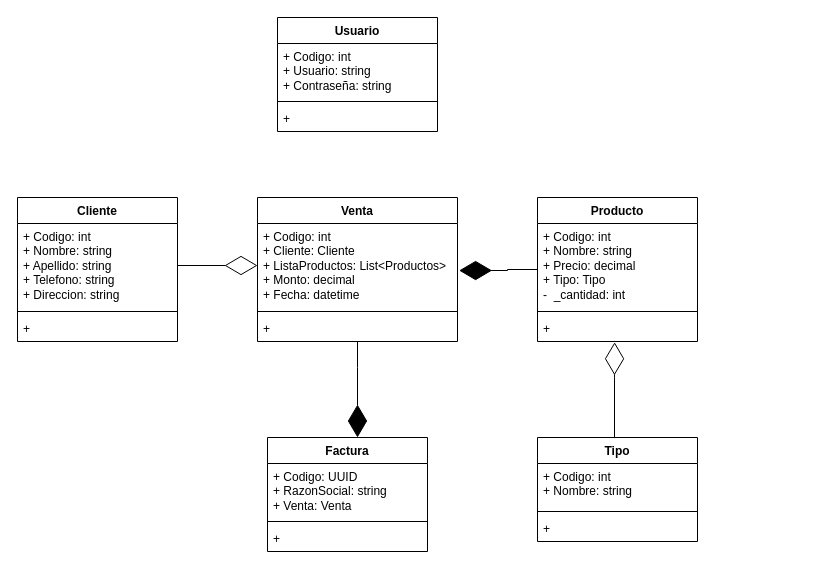
This is DAS/JuanSinTacc/diagrama-clases.drawio from Juanrii/c-sharp-projects, a draw.io file, before an edit. Source tidied: cells renumbered, new cells numbered last; positions are measured from the earlier drawing's top-left corner, leaving out a move shared by most shapes. Both pictures are drawn from the tidied source at 100%, with x=0, y=0 at pixel (17, 17).
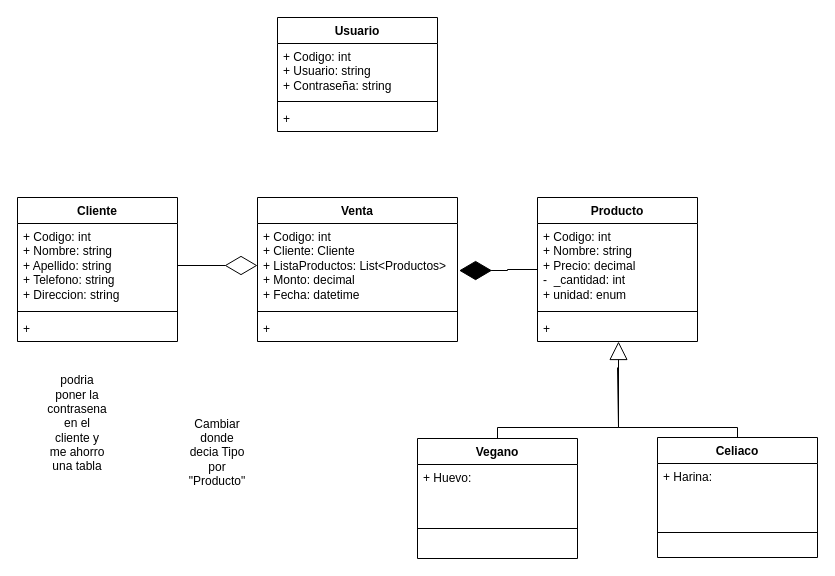
After the change.

Unchanged cells that the change refers to:
```xml
<mxCell id="6" value="Venta" style="swimlane;fontStyle=1;align=center;verticalAlign=top;horizontal=1;startSize=26;whiteSpace=wrap;html=1;" parent="1" vertex="1">
  <mxGeometry x="240" y="180" width="200" height="144" as="geometry" />
</mxCell>
<mxCell id="12" value="Producto" style="swimlane;fontStyle=1;align=center;verticalAlign=top;horizontal=1;startSize=26;whiteSpace=wrap;html=1;" parent="1" vertex="1">
  <mxGeometry x="520" y="180" width="160" height="144" as="geometry" />
</mxCell>
<mxCell id="15" value="+&amp;nbsp;" style="text;strokeColor=none;fillColor=none;align=left;verticalAlign=top;spacingLeft=4;spacingRight=4;overflow=hidden;points=[[0,0.5],[1,0.5]];portConstraint=eastwest;whiteSpace=wrap;html=1;" parent="12" vertex="1">
  <mxGeometry y="118" width="160" height="26" as="geometry" />
</mxCell>
```

What changed in the source:
```diff
@@
-    <mxCell id="13" value="+ Codigo: int&lt;br&gt;+ Nombre: string&lt;br&gt;+ Precio: decimal&lt;br&gt;+ Tipo: Tipo&lt;br&gt;-&amp;nbsp; _cantidad: int" style="text;strokeColor=none;fillColor=none;align=left;verticalAlign=top;spacingLeft=4;spacingRight=4;overflow=hidden;whiteSpace=wrap;html=1;" parent="12" vertex="1">
+    <mxCell id="13" value="+ Codigo: int&lt;br&gt;+ Nombre: string&lt;br&gt;+ Precio: decimal&lt;br&gt;-&amp;nbsp; _cantidad: int&lt;br&gt;+ unidad: enum" style="text;strokeColor=none;fillColor=none;align=left;verticalAlign=top;spacingLeft=4;spacingRight=4;overflow=hidden;whiteSpace=wrap;html=1;" parent="12" vertex="1">
       <mxGeometry y="26" width="160" height="84" as="geometry" />
     </mxCell>
@@
-    <mxCell id="16" style="edgeStyle=orthogonalEdgeStyle;rounded=0;jettySize=auto;html=1;entryX=0.482;entryY=1.029;entryDx=0;entryDy=0;entryPerimeter=0;endArrow=diamondThin;endFill=0;endSize=30;" parent="1" edge="1" source="17" target="15">
-      <mxGeometry relative="1" as="geometry">
-        <Array as="points">
-          <mxPoint x="597" y="360" />
-          <mxPoint x="597" y="360" />
-        </Array>
-      </mxGeometry>
-    </mxCell>
-    <mxCell id="17" value="Tipo" style="swimlane;fontStyle=1;align=center;verticalAlign=top;horizontal=1;startSize=26;whiteSpace=wrap;html=1;" parent="1" vertex="1">
-      <mxGeometry x="520" y="420" width="160" height="104" as="geometry" />
+    <mxCell id="17" value="Celiaco" style="swimlane;fontStyle=1;align=center;verticalAlign=top;horizontal=1;startSize=26;whiteSpace=wrap;html=1;" parent="1" vertex="1">
+      <mxGeometry x="640" y="420" width="160" height="120" as="geometry" />
     </mxCell>
+    <mxCell id="30" style="edgeStyle=orthogonalEdgeStyle;rounded=0;jettySize=auto;html=1;endArrow=block;endFill=0;endSize=16;" parent="17" edge="1" target="15">
+      <mxGeometry relative="1" as="geometry">
+        <mxPoint x="80" as="sourcePoint" />
+        <Array as="points">
+          <mxPoint x="80" y="-10" />
+          <mxPoint x="-39" y="-10" />
+        </Array>
+      </mxGeometry>
+    </mxCell>
-    <mxCell id="18" value="+ Codigo: int&lt;br&gt;+ Nombre: string&lt;br&gt;" style="text;strokeColor=none;fillColor=none;align=left;verticalAlign=top;spacingLeft=4;spacingRight=4;overflow=hidden;whiteSpace=wrap;html=1;" parent="17" vertex="1">
+    <mxCell id="18" value="+ Harina:" style="text;strokeColor=none;fillColor=none;align=left;verticalAlign=top;spacingLeft=4;spacingRight=4;overflow=hidden;whiteSpace=wrap;html=1;" parent="17" vertex="1">
       <mxGeometry y="26" width="160" height="44" as="geometry" />
     </mxCell>
     <mxCell id="19" style="line;strokeWidth=1;fillColor=none;align=left;verticalAlign=middle;spacingTop=-1;spacingLeft=3;spacingRight=3;labelPosition=right;strokeColor=inherit;" parent="17" vertex="1">
-      <mxGeometry y="70" width="160" height="8" as="geometry" />
+      <mxGeometry y="70" width="160" height="50" as="geometry" />
     </mxCell>
-    <mxCell id="20" value="+&amp;nbsp;" style="text;strokeColor=none;fillColor=none;align=left;verticalAlign=top;spacingLeft=4;spacingRight=4;overflow=hidden;whiteSpace=wrap;html=1;" parent="17" vertex="1">
-      <mxGeometry y="78" width="160" height="26" as="geometry" />
-    </mxCell>
-    <mxCell id="21" style="edgeStyle=orthogonalEdgeStyle;rounded=0;jettySize=auto;html=1;entryX=0.5;entryY=1;entryDx=0;entryDy=0;startArrow=diamondThin;startFill=1;endArrow=none;endFill=0;targetPerimeterSpacing=0;sourcePerimeterSpacing=0;startSize=30;" parent="1" edge="1" source="22" target="6">
-      <mxGeometry relative="1" as="geometry">
-        <Array as="points">
-          <mxPoint x="340" y="350" />
-          <mxPoint x="340" y="350" />
-        </Array>
-      </mxGeometry>
-    </mxCell>
-    <mxCell id="22" value="Factura" style="swimlane;fontStyle=1;align=center;verticalAlign=top;horizontal=1;startSize=26;whiteSpace=wrap;html=1;" parent="1" vertex="1">
-      <mxGeometry x="250" y="420" width="160" height="114" as="geometry" />
-    </mxCell>
-    <mxCell id="23" value="+ Codigo: UUID&lt;br&gt;+ RazonSocial: string&lt;br&gt;+ Venta: Venta" style="text;strokeColor=none;fillColor=none;align=left;verticalAlign=top;spacingLeft=4;spacingRight=4;overflow=hidden;whiteSpace=wrap;html=1;" parent="22" vertex="1">
-      <mxGeometry y="26" width="160" height="54" as="geometry" />
-    </mxCell>
-    <mxCell id="24" style="line;strokeWidth=1;fillColor=none;align=left;verticalAlign=middle;spacingTop=-1;spacingLeft=3;spacingRight=3;labelPosition=right;strokeColor=inherit;" parent="22" vertex="1">
-      <mxGeometry y="80" width="160" height="8" as="geometry" />
-    </mxCell>
-    <mxCell id="25" value="+&amp;nbsp;" style="text;strokeColor=none;fillColor=none;align=left;verticalAlign=top;spacingLeft=4;spacingRight=4;overflow=hidden;whiteSpace=wrap;html=1;" parent="22" vertex="1">
-      <mxGeometry y="88" width="160" height="26" as="geometry" />
-    </mxCell>
@@
+    <mxCell id="31" value="podria poner la contrasena en el cliente y me ahorro una tabla" style="text;html=1;strokeColor=none;fillColor=none;align=center;verticalAlign=middle;whiteSpace=wrap;rounded=0;" parent="1" vertex="1">
+      <mxGeometry x="30" y="391" width="60" height="30" as="geometry" />
+    </mxCell>
+    <mxCell id="32" value="Cambiar donde decia Tipo por &quot;Producto&quot;" style="text;html=1;strokeColor=none;fillColor=none;align=center;verticalAlign=middle;whiteSpace=wrap;rounded=0;" parent="1" vertex="1">
+      <mxGeometry x="170" y="420" width="60" height="30" as="geometry" />
+    </mxCell>
+    <mxCell id="33" style="edgeStyle=orthogonalEdgeStyle;rounded=0;jettySize=auto;html=1;endArrow=none;endFill=0;" parent="1" edge="1" source="34">
+      <mxGeometry relative="1" as="geometry">
+        <mxPoint x="600" y="350" as="targetPoint" />
+        <Array as="points">
+          <mxPoint x="480" y="410" />
+          <mxPoint x="601" y="410" />
+        </Array>
+      </mxGeometry>
+    </mxCell>
+    <mxCell id="34" value="Vegano" style="swimlane;fontStyle=1;align=center;verticalAlign=top;horizontal=1;startSize=26;whiteSpace=wrap;html=1;" parent="1" vertex="1">
+      <mxGeometry x="400" y="421" width="160" height="120" as="geometry" />
+    </mxCell>
+    <mxCell id="35" value="+ Huevo:" style="text;strokeColor=none;fillColor=none;align=left;verticalAlign=top;spacingLeft=4;spacingRight=4;overflow=hidden;whiteSpace=wrap;html=1;" parent="34" vertex="1">
+      <mxGeometry y="26" width="160" height="34" as="geometry" />
+    </mxCell>
+    <mxCell id="36" style="line;strokeWidth=1;fillColor=none;align=left;verticalAlign=middle;spacingTop=-1;spacingLeft=3;spacingRight=3;labelPosition=right;strokeColor=inherit;" parent="34" vertex="1">
+      <mxGeometry y="60" width="160" height="60" as="geometry" />
+    </mxCell>
```
